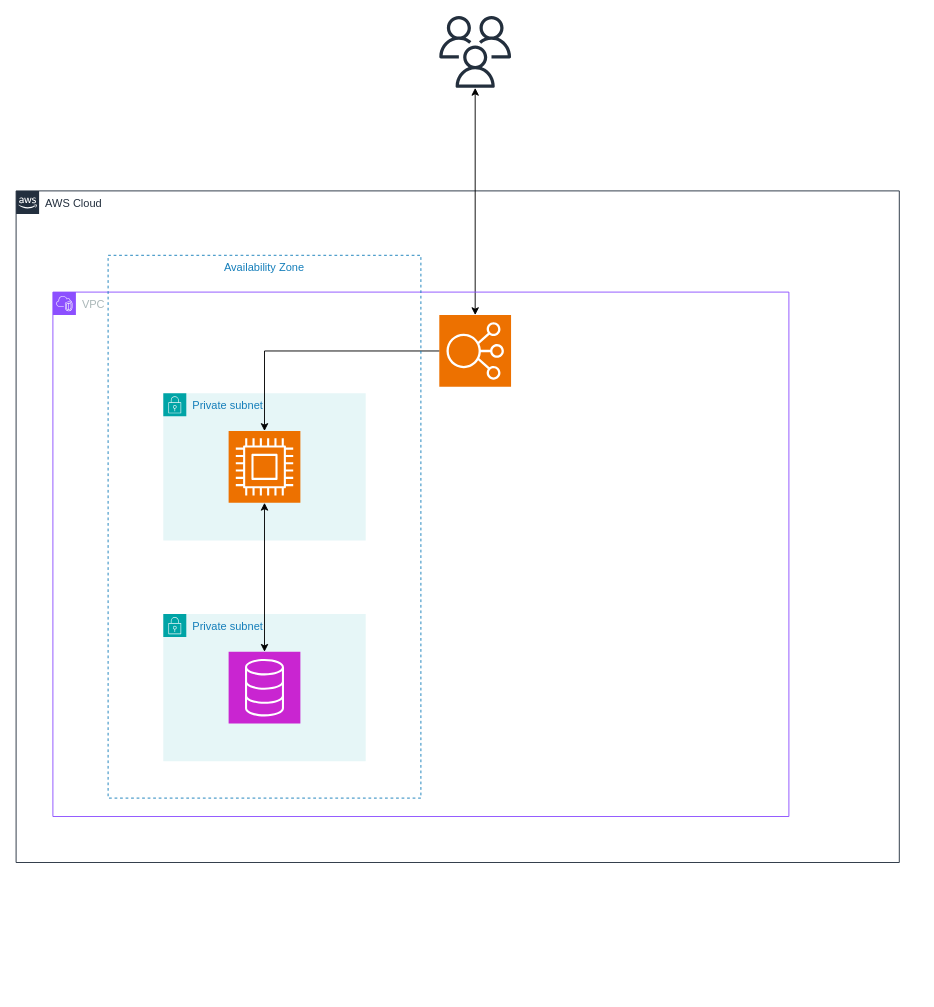
Before: pyeditorial_diagram.drawio in erenduyuk/PyEditorial, a draw.io diagram. Source tidied: cells renumbered, new cells numbered last; positions are measured from the earlier drawing's top-left corner, leaving out a move shared by most shapes. Both pictures are drawn from the tidied source at 92%, with x=0, y=0 at pixel (16, 16).
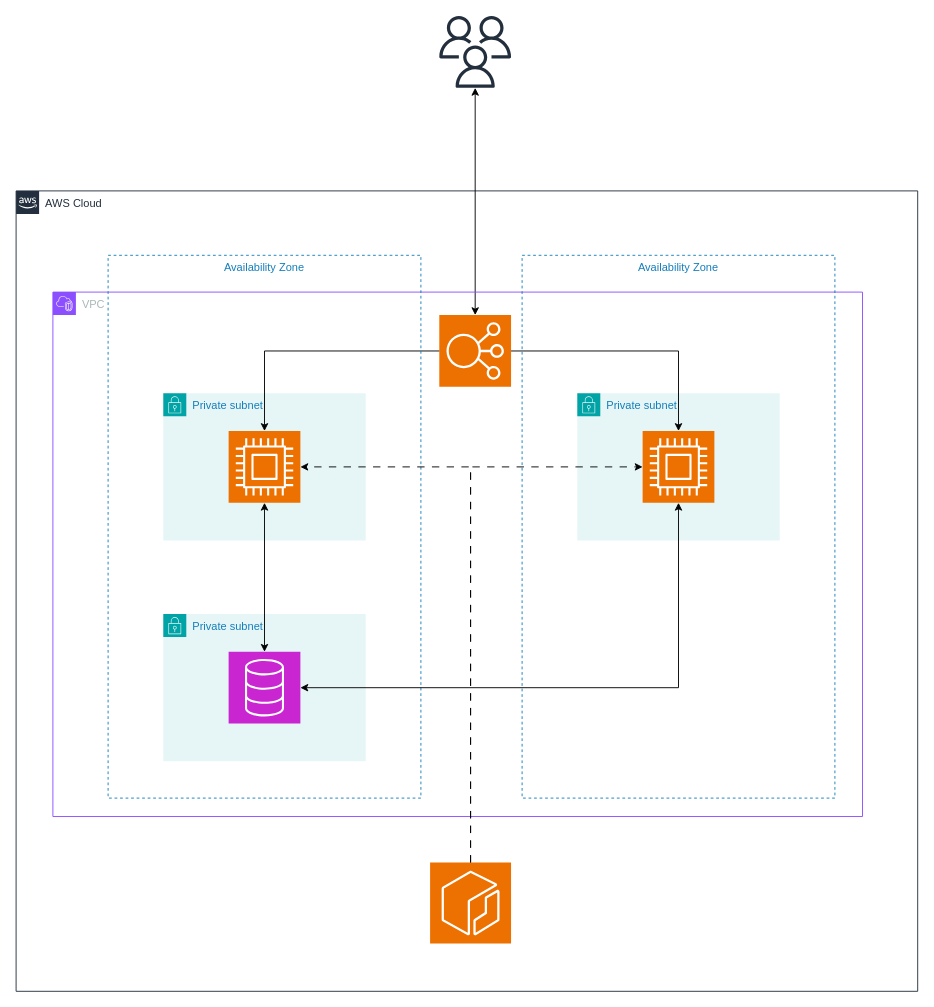
After the change.

The change refers to these unchanged cells:
```xml
<mxCell id="7" style="sketch=0;points=[[0,0,0],[0.25,0,0],[0.5,0,0],[0.75,0,0],[1,0,0],[0,1,0],[0.25,1,0],[0.5,1,0],[0.75,1,0],[1,1,0],[0,0.25,0],[0,0.5,0],[0,0.75,0],[1,0.25,0],[1,0.5,0],[1,0.75,0]];outlineConnect=0;fontColor=#232F3E;fillColor=#C925D1;strokeColor=#ffffff;dashed=0;verticalLabelPosition=bottom;verticalAlign=top;align=center;html=1;fontSize=12;fontStyle=0;shape=mxgraph.aws4.resourceIcon;resIcon=mxgraph.aws4.database;" parent="6" vertex="1">
  <mxGeometry x="71" y="41" width="78" height="78" as="geometry" />
</mxCell>
<mxCell id="8" style="sketch=0;points=[[0,0,0],[0.25,0,0],[0.5,0,0],[0.75,0,0],[1,0,0],[0,1,0],[0.25,1,0],[0.5,1,0],[0.75,1,0],[1,1,0],[0,0.25,0],[0,0.5,0],[0,0.75,0],[1,0.25,0],[1,0.5,0],[1,0.75,0]];outlineConnect=0;fontColor=#232F3E;fillColor=#ED7100;strokeColor=#ffffff;dashed=0;verticalLabelPosition=bottom;verticalAlign=top;align=center;html=1;fontSize=12;fontStyle=0;shape=mxgraph.aws4.resourceIcon;resIcon=mxgraph.aws4.elastic_load_balancing;" parent="5" vertex="1">
  <mxGeometry x="420" y="25" width="78" height="78" as="geometry" />
</mxCell>
<mxCell id="10" style="sketch=0;points=[[0,0,0],[0.25,0,0],[0.5,0,0],[0.75,0,0],[1,0,0],[0,1,0],[0.25,1,0],[0.5,1,0],[0.75,1,0],[1,1,0],[0,0.25,0],[0,0.5,0],[0,0.75,0],[1,0.25,0],[1,0.5,0],[1,0.75,0]];outlineConnect=0;fontColor=#232F3E;fillColor=#ED7100;strokeColor=#ffffff;dashed=0;verticalLabelPosition=bottom;verticalAlign=top;align=center;html=1;fontSize=12;fontStyle=0;shape=mxgraph.aws4.resourceIcon;resIcon=mxgraph.aws4.compute;" parent="9" vertex="1">
  <mxGeometry x="71" y="41" width="78" height="78" as="geometry" />
</mxCell>
```

The edit, as a diff of the source:
```diff
@@
     <mxCell id="2" value="AWS Cloud" style="gradientColor=none;html=1;whiteSpace=wrap;fontSize=12;fontStyle=0;shape=mxgraph.aws4.group;grIcon=mxgraph.aws4.group_aws_cloud_alt;strokeColor=#232F3E;fillColor=none;verticalAlign=top;align=left;spacingLeft=30;fontColor=#232F3E;dashed=0;" parent="1" vertex="1">
-      <mxGeometry y="190" width="960" height="730" as="geometry" />
+      <mxGeometry y="190" width="980" height="870" as="geometry" />
     </mxCell>
@@
     <mxCell id="5" value="VPC" style="gradientColor=none;html=1;whiteSpace=wrap;fontSize=12;fontStyle=0;shape=mxgraph.aws4.group;grIcon=mxgraph.aws4.group_vpc2;strokeColor=#8C4FFF;fillColor=none;verticalAlign=top;align=left;spacingLeft=30;fontColor=#AAB7B8;dashed=0;" parent="1" vertex="1">
-      <mxGeometry x="40" y="300" width="800" height="570" as="geometry" />
+      <mxGeometry x="40" y="300" width="880" height="570" as="geometry" />
     </mxCell>
@@
+    <mxCell id="14" value="Availability Zone" style="fillColor=none;strokeColor=#147EBA;dashed=1;verticalAlign=top;fontStyle=0;fontColor=#147EBA;whiteSpace=wrap;html=1;" parent="1" vertex="1">
+      <mxGeometry x="550" y="260" width="340" height="590" as="geometry" />
+    </mxCell>
+    <mxCell id="15" value="Private subnet" style="gradientColor=none;html=1;whiteSpace=wrap;fontSize=12;fontStyle=0;shape=mxgraph.aws4.group;grIcon=mxgraph.aws4.group_security_group;grStroke=0;strokeColor=#00A4A6;fillColor=#E6F6F7;verticalAlign=top;align=left;spacingLeft=30;fontColor=#147EBA;dashed=0;" parent="1" vertex="1">
+      <mxGeometry x="610" y="410" width="220" height="160" as="geometry" />
+    </mxCell>
+    <mxCell id="16" style="sketch=0;points=[[0,0,0],[0.25,0,0],[0.5,0,0],[0.75,0,0],[1,0,0],[0,1,0],[0.25,1,0],[0.5,1,0],[0.75,1,0],[1,1,0],[0,0.25,0],[0,0.5,0],[0,0.75,0],[1,0.25,0],[1,0.5,0],[1,0.75,0]];outlineConnect=0;fontColor=#232F3E;fillColor=#ED7100;strokeColor=#ffffff;dashed=0;verticalLabelPosition=bottom;verticalAlign=top;align=center;html=1;fontSize=12;fontStyle=0;shape=mxgraph.aws4.resourceIcon;resIcon=mxgraph.aws4.compute;" parent="15" vertex="1">
+      <mxGeometry x="71" y="41" width="78" height="78" as="geometry" />
+    </mxCell>
@@
+    <mxCell id="17" style="edgeStyle=orthogonalEdgeStyle;rounded=0;jettySize=auto;html=1;entryX=1;entryY=0.5;entryDx=0;entryDy=0;entryPerimeter=0;exitX=0.5;exitY=1;exitDx=0;exitDy=0;exitPerimeter=0;startArrow=classic;startFill=1;" parent="1" edge="1" source="16" target="7">
+      <mxGeometry relative="1" as="geometry" />
+    </mxCell>
+    <mxCell id="18" style="sketch=0;points=[[0,0,0],[0.25,0,0],[0.5,0,0],[0.75,0,0],[1,0,0],[0,1,0],[0.25,1,0],[0.5,1,0],[0.75,1,0],[1,1,0],[0,0.25,0],[0,0.5,0],[0,0.75,0],[1,0.25,0],[1,0.5,0],[1,0.75,0]];outlineConnect=0;fontColor=#232F3E;fillColor=#ED7100;strokeColor=#ffffff;dashed=0;verticalLabelPosition=bottom;verticalAlign=top;align=center;html=1;fontSize=12;fontStyle=0;shape=mxgraph.aws4.resourceIcon;resIcon=mxgraph.aws4.ecr;" parent="1" vertex="1">
+      <mxGeometry x="450" y="920" width="88" height="88" as="geometry" />
+    </mxCell>
+    <mxCell id="19" style="edgeStyle=orthogonalEdgeStyle;rounded=0;jettySize=auto;html=1;entryX=0;entryY=0.5;entryDx=0;entryDy=0;entryPerimeter=0;exitX=0.5;exitY=0;exitDx=0;exitDy=0;exitPerimeter=0;dashed=1;dashPattern=8 8;" parent="1" edge="1" source="18" target="16">
+      <mxGeometry relative="1" as="geometry" />
+    </mxCell>
+    <mxCell id="20" style="edgeStyle=orthogonalEdgeStyle;rounded=0;jettySize=auto;html=1;entryX=1;entryY=0.5;entryDx=0;entryDy=0;entryPerimeter=0;exitX=0.5;exitY=0;exitDx=0;exitDy=0;exitPerimeter=0;dashed=1;dashPattern=8 8;" parent="1" edge="1" source="18" target="10">
+      <mxGeometry relative="1" as="geometry" />
+    </mxCell>
+    <mxCell id="21" style="edgeStyle=orthogonalEdgeStyle;rounded=0;jettySize=auto;html=1;entryX=0.5;entryY=0;entryDx=0;entryDy=0;entryPerimeter=0;" parent="1" edge="1" source="8" target="16">
+      <mxGeometry relative="1" as="geometry" />
+    </mxCell>
```
